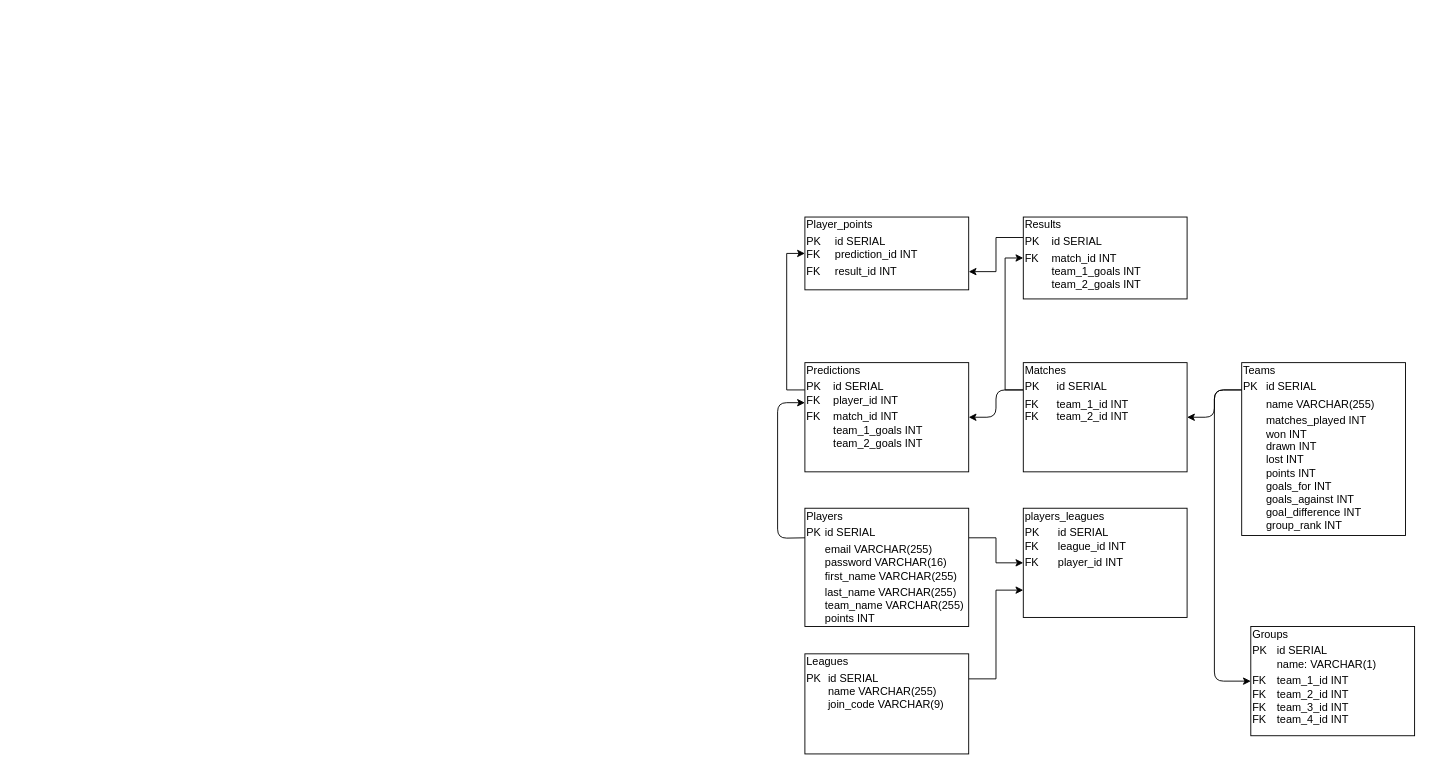
Before: planning/db_diagram.drawio in Stanhoucke/euros_predictor, a draw.io diagram. Source tidied: cells renumbered, new cells numbered last; positions are measured from the earlier drawing's top-left corner, leaving out a move shared by most shapes. Both pictures are drawn from the tidied source at 91%, with x=0, y=0 at pixel (777, 217).
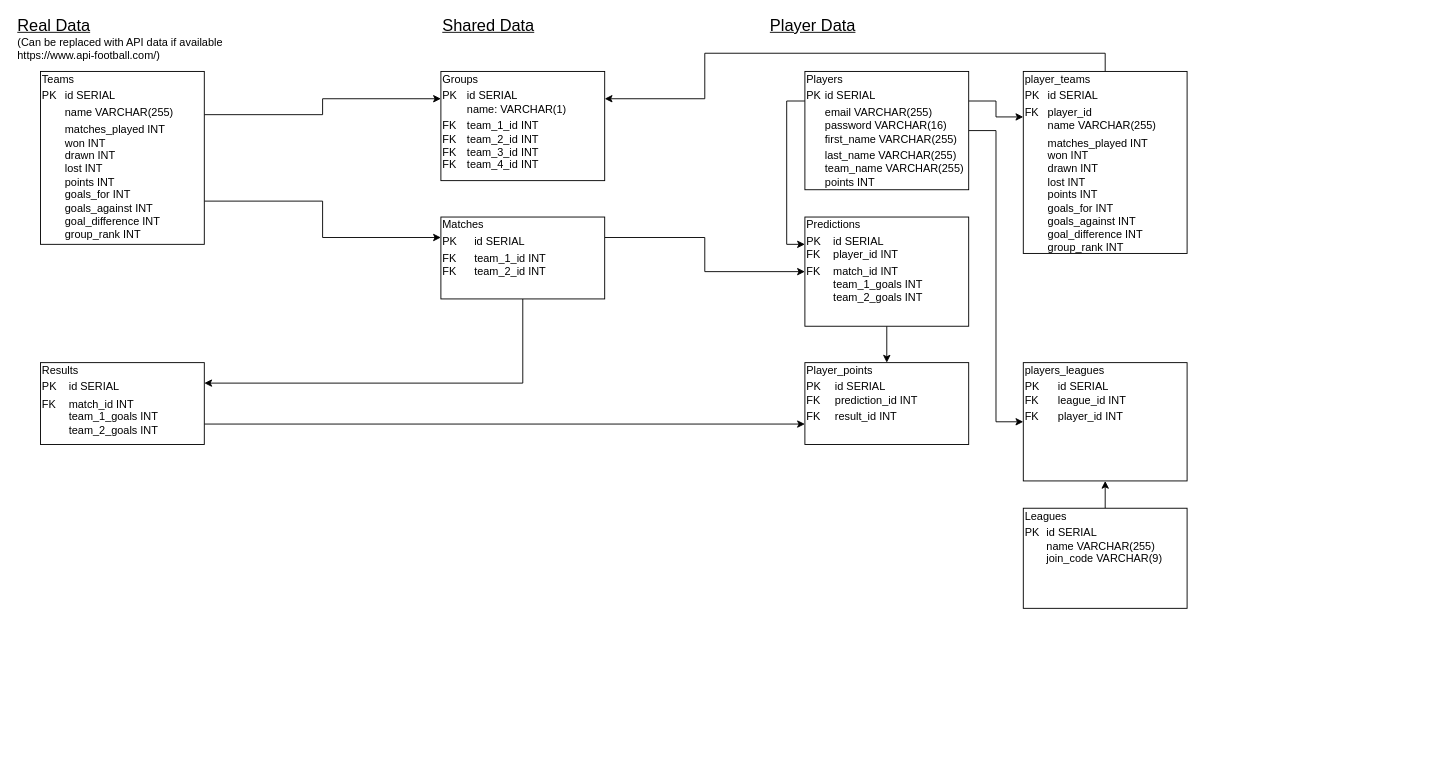
The same diagram, later.

Diff of the diagram source:
```diff
@@
-    <mxCell id="2" style="edgeStyle=orthogonalEdgeStyle;rounded=0;jettySize=auto;html=1;entryX=0;entryY=0.5;entryDx=0;entryDy=0;exitX=1;exitY=0.25;exitDx=0;exitDy=0;" parent="1" edge="1" source="3" target="16">
+    <mxCell id="2" style="edgeStyle=orthogonalEdgeStyle;rounded=0;jettySize=auto;html=1;entryX=0;entryY=0.5;entryDx=0;entryDy=0;exitX=1;exitY=0.5;exitDx=0;exitDy=0;" parent="1" edge="1" source="3" target="16">
       <mxGeometry relative="1" as="geometry" />
     </mxCell>
+    <mxCell id="12" style="edgeStyle=orthogonalEdgeStyle;rounded=0;jettySize=auto;html=1;exitX=0;exitY=0.25;exitDx=0;exitDy=0;entryX=0;entryY=0.25;entryDx=0;entryDy=0;" parent="1" edge="1" source="3" target="11">
+      <mxGeometry relative="1" as="geometry" />
+    </mxCell>
+    <mxCell id="20" style="edgeStyle=orthogonalEdgeStyle;rounded=0;jettySize=auto;html=1;exitX=1;exitY=0.25;exitDx=0;exitDy=0;entryX=0;entryY=0.25;entryDx=0;entryDy=0;fontSize=12;" parent="1" edge="1" source="3" target="28">
+      <mxGeometry relative="1" as="geometry" />
+    </mxCell>
     <mxCell id="3" value="&lt;div style=&quot;box-sizing: border-box ; width: 100% ; padding: 2px&quot;&gt;Players&lt;/div&gt;&lt;table style=&quot;width: 100% ; font-size: 1em&quot; cellpadding=&quot;2&quot; cellspacing=&quot;0&quot;&gt;&lt;tbody&gt;&lt;tr&gt;&lt;td&gt;PK&lt;/td&gt;&lt;td&gt;id SERIAL&lt;/td&gt;&lt;/tr&gt;&lt;tr&gt;&lt;td&gt;&lt;br&gt;&lt;/td&gt;&lt;td&gt;email VARCHAR(255)&lt;br&gt;password VARCHAR(16)&lt;br&gt;first_name VARCHAR(255)&lt;/td&gt;&lt;/tr&gt;&lt;tr&gt;&lt;td&gt;&lt;/td&gt;&lt;td&gt;last_name VARCHAR(255)&lt;br&gt;team_name VARCHAR(255)&lt;br&gt;points INT&lt;/td&gt;&lt;/tr&gt;&lt;/tbody&gt;&lt;/table&gt;" style="verticalAlign=top;align=left;overflow=fill;html=1;labelBackgroundColor=none;" parent="1" vertex="1">
-      <mxGeometry x="30" y="320" width="180" height="130" as="geometry" />
+      <mxGeometry x="30" y="-160" width="180" height="130" as="geometry" />
     </mxCell>
+    <mxCell id="21" style="edgeStyle=orthogonalEdgeStyle;rounded=0;jettySize=auto;html=1;exitX=1;exitY=0.75;exitDx=0;exitDy=0;entryX=0;entryY=0.25;entryDx=0;entryDy=0;fontSize=18;" parent="1" edge="1" source="4" target="6">
+      <mxGeometry relative="1" as="geometry" />
+    </mxCell>
+    <mxCell id="22" style="edgeStyle=orthogonalEdgeStyle;rounded=0;jettySize=auto;html=1;exitX=1;exitY=0.25;exitDx=0;exitDy=0;entryX=0;entryY=0.25;entryDx=0;entryDy=0;fontSize=18;" parent="1" edge="1" source="4" target="8">
+      <mxGeometry relative="1" as="geometry">
+        <Array as="points">
+          <mxPoint x="-500" y="-112" />
+          <mxPoint x="-500" y="-130" />
+        </Array>
+      </mxGeometry>
+    </mxCell>
     <mxCell id="4" value="&lt;div style=&quot;box-sizing: border-box ; width: 100% ; padding: 2px&quot;&gt;Teams&lt;/div&gt;&lt;table style=&quot;width: 100% ; font-size: 1em&quot; cellpadding=&quot;2&quot; cellspacing=&quot;0&quot;&gt;&lt;tbody&gt;&lt;tr&gt;&lt;td&gt;PK&lt;/td&gt;&lt;td&gt;id SERIAL&lt;/td&gt;&lt;/tr&gt;&lt;tr&gt;&lt;td&gt;&lt;br&gt;&lt;/td&gt;&lt;td&gt;name VARCHAR(255)&lt;/td&gt;&lt;/tr&gt;&lt;tr&gt;&lt;td&gt;&lt;/td&gt;&lt;td&gt;matches_played INT&lt;br&gt;won INT&lt;br&gt;drawn INT&lt;br&gt;lost INT&lt;br&gt;points INT&lt;br&gt;goals_for INT&lt;br&gt;goals_against INT&lt;br&gt;goal_difference INT&lt;br&gt;group_rank INT&lt;br&gt;&lt;/td&gt;&lt;/tr&gt;&lt;/tbody&gt;&lt;/table&gt;" style="verticalAlign=top;align=left;overflow=fill;html=1;labelBackgroundColor=none;" parent="1" vertex="1">
-      <mxGeometry x="510" y="160" width="180" height="190" as="geometry" />
+      <mxGeometry x="-810" y="-160" width="180" height="190" as="geometry" />
     </mxCell>
-    <mxCell id="5" style="edgeStyle=orthogonalEdgeStyle;rounded=0;jettySize=auto;html=1;exitX=0;exitY=0.25;exitDx=0;exitDy=0;entryX=0;entryY=0.5;entryDx=0;entryDy=0;" parent="1" edge="1" source="6" target="18">
+    <mxCell id="5" style="edgeStyle=orthogonalEdgeStyle;rounded=0;jettySize=auto;html=1;exitX=0.5;exitY=1;exitDx=0;exitDy=0;entryX=1;entryY=0.25;entryDx=0;entryDy=0;" parent="1" edge="1" source="6" target="18">
       <mxGeometry relative="1" as="geometry" />
     </mxCell>
+    <mxCell id="13" style="edgeStyle=orthogonalEdgeStyle;rounded=0;jettySize=auto;html=1;exitX=1;exitY=0.25;exitDx=0;exitDy=0;entryX=0;entryY=0.5;entryDx=0;entryDy=0;fontSize=18;" parent="1" edge="1" source="6" target="11">
+      <mxGeometry relative="1" as="geometry" />
+    </mxCell>
     <mxCell id="6" value="&lt;div style=&quot;box-sizing: border-box ; width: 100% ; padding: 2px&quot;&gt;Matches&lt;/div&gt;&lt;table style=&quot;width: 100% ; font-size: 1em&quot; cellpadding=&quot;2&quot; cellspacing=&quot;0&quot;&gt;&lt;tbody&gt;&lt;tr&gt;&lt;td&gt;PK&lt;/td&gt;&lt;td&gt;id SERIAL&lt;/td&gt;&lt;/tr&gt;&lt;tr&gt;&lt;td&gt;FK&lt;br&gt;FK&lt;br&gt;&lt;br&gt;&lt;/td&gt;&lt;td&gt;team_1_id INT&lt;br&gt;team_2_id INT&lt;br&gt;&lt;br&gt;&lt;/td&gt;&lt;/tr&gt;&lt;/tbody&gt;&lt;/table&gt;" style="verticalAlign=top;align=left;overflow=fill;html=1;labelBackgroundColor=none;" parent="1" vertex="1">
-      <mxGeometry x="270" y="160" width="180" height="120" as="geometry" />
+      <mxGeometry x="-370" width="180" height="90" as="geometry" />
     </mxCell>
-    <mxCell id="7" style="endArrow=classic;html=1;entryX=1;entryY=0.5;entryDx=0;entryDy=0;" parent="1" edge="1" target="6">
-      <mxGeometry relative="1" as="geometry">
-        <mxPoint x="510" y="190" as="sourcePoint" />
-        <Array as="points">
-          <mxPoint x="480" y="190" />
-          <mxPoint x="480" y="220" />
-        </Array>
-      </mxGeometry>
-    </mxCell>
     <mxCell id="8" value="&lt;div style=&quot;box-sizing: border-box ; width: 100% ; padding: 2px&quot;&gt;Groups&lt;/div&gt;&lt;table style=&quot;width: 100% ; font-size: 1em&quot; cellpadding=&quot;2&quot; cellspacing=&quot;0&quot;&gt;&lt;tbody&gt;&lt;tr&gt;&lt;td&gt;PK&lt;br&gt;&lt;br&gt;&lt;/td&gt;&lt;td&gt;id SERIAL&lt;br&gt;name: VARCHAR(1)&lt;/td&gt;&lt;/tr&gt;&lt;tr&gt;&lt;td&gt;FK&lt;br&gt;FK&lt;br&gt;FK&lt;br&gt;FK&lt;br&gt;&lt;br&gt;&lt;/td&gt;&lt;td&gt;team_1_id INT&lt;br&gt;team_2_id INT&lt;br&gt;team_3_id INT&lt;br&gt;team_4_id INT&lt;br&gt;&lt;br&gt;&lt;/td&gt;&lt;/tr&gt;&lt;/tbody&gt;&lt;/table&gt;" style="verticalAlign=top;align=left;overflow=fill;html=1;labelBackgroundColor=none;" parent="1" vertex="1">
-      <mxGeometry x="520" y="450" width="180" height="120" as="geometry" />
+      <mxGeometry x="-370" y="-160" width="180" height="120" as="geometry" />
     </mxCell>
-    <mxCell id="9" style="endArrow=classic;html=1;entryX=0;entryY=0.5;entryDx=0;entryDy=0;" parent="1" edge="1" target="8">
-      <mxGeometry relative="1" as="geometry">
-        <mxPoint x="510" y="190" as="sourcePoint" />
-        <Array as="points">
-          <mxPoint x="480" y="190" />
-          <mxPoint x="480" y="510" />
-        </Array>
-      </mxGeometry>
-    </mxCell>
-    <mxCell id="10" style="edgeStyle=orthogonalEdgeStyle;rounded=0;jettySize=auto;html=1;exitX=0;exitY=0.25;exitDx=0;exitDy=0;entryX=0;entryY=0.5;entryDx=0;entryDy=0;" parent="1" edge="1" source="11" target="19">
+    <mxCell id="10" style="edgeStyle=orthogonalEdgeStyle;rounded=0;jettySize=auto;html=1;exitX=0.5;exitY=1;exitDx=0;exitDy=0;entryX=0.5;entryY=0;entryDx=0;entryDy=0;" parent="1" edge="1" source="11" target="19">
       <mxGeometry relative="1" as="geometry" />
     </mxCell>
     <mxCell id="11" value="&lt;div style=&quot;box-sizing: border-box ; width: 100% ; padding: 2px&quot;&gt;Predictions&lt;/div&gt;&lt;table style=&quot;width: 100% ; font-size: 1em&quot; cellpadding=&quot;2&quot; cellspacing=&quot;0&quot;&gt;&lt;tbody&gt;&lt;tr&gt;&lt;td&gt;PK&lt;br&gt;FK&lt;/td&gt;&lt;td&gt;id SERIAL&lt;br&gt;player_id INT&lt;/td&gt;&lt;/tr&gt;&lt;tr&gt;&lt;td&gt;FK&lt;br&gt;&lt;br&gt;&lt;br&gt;&lt;br&gt;&lt;/td&gt;&lt;td&gt;match_id INT&lt;br&gt;team_1_goals INT&lt;br&gt;team_2_goals INT&lt;br&gt;&lt;br&gt;&lt;/td&gt;&lt;/tr&gt;&lt;/tbody&gt;&lt;/table&gt;" style="verticalAlign=top;align=left;overflow=fill;html=1;labelBackgroundColor=none;" parent="1" vertex="1">
-      <mxGeometry x="30" y="160" width="180" height="120" as="geometry" />
+      <mxGeometry x="30" width="180" height="120" as="geometry" />
     </mxCell>
-    <mxCell id="12" style="endArrow=classic;html=1;entryX=0;entryY=0.367;entryDx=0;entryDy=0;exitX=0;exitY=0.25;exitDx=0;exitDy=0;entryPerimeter=0;" parent="1" edge="1" source="3" target="11">
-      <mxGeometry relative="1" as="geometry">
-        <Array as="points">
-          <mxPoint y="353" />
-          <mxPoint y="204" />
-        </Array>
-      </mxGeometry>
-    </mxCell>
-    <mxCell id="13" style="endArrow=classic;html=1;entryX=1;entryY=0.5;entryDx=0;entryDy=0;exitX=0;exitY=0.25;exitDx=0;exitDy=0;" parent="1" edge="1" source="6" target="11">
-      <mxGeometry relative="1" as="geometry">
-        <Array as="points">
-          <mxPoint x="240" y="190" />
-          <mxPoint x="240" y="220" />
-        </Array>
-      </mxGeometry>
-    </mxCell>
-    <mxCell id="14" style="edgeStyle=orthogonalEdgeStyle;rounded=0;jettySize=auto;html=1;entryX=0;entryY=0.75;entryDx=0;entryDy=0;exitX=1;exitY=0.25;exitDx=0;exitDy=0;" parent="1" edge="1" source="15" target="16">
+    <mxCell id="14" style="edgeStyle=orthogonalEdgeStyle;rounded=0;jettySize=auto;html=1;entryX=0.5;entryY=1;entryDx=0;entryDy=0;exitX=0.5;exitY=0;exitDx=0;exitDy=0;" parent="1" edge="1" source="15" target="16">
       <mxGeometry relative="1" as="geometry" />
     </mxCell>
     <mxCell id="15" value="&lt;div style=&quot;box-sizing: border-box ; width: 100% ; padding: 2px&quot;&gt;Leagues&lt;/div&gt;&lt;table style=&quot;width: 100% ; font-size: 1em&quot; cellpadding=&quot;2&quot; cellspacing=&quot;0&quot;&gt;&lt;tbody&gt;&lt;tr&gt;&lt;td&gt;PK&lt;br&gt;&lt;br&gt;&lt;br&gt;&lt;/td&gt;&lt;td&gt;id SERIAL&lt;br&gt;name VARCHAR(255)&lt;br&gt;join_code VARCHAR(9)&lt;/td&gt;&lt;/tr&gt;&lt;tr&gt;&lt;td&gt;&lt;/td&gt;&lt;td&gt;&lt;br&gt;&lt;br&gt;&lt;/td&gt;&lt;/tr&gt;&lt;/tbody&gt;&lt;/table&gt;" style="verticalAlign=top;align=left;overflow=fill;html=1;labelBackgroundColor=none;" parent="1" vertex="1">
-      <mxGeometry x="30" y="480" width="180" height="110" as="geometry" />
+      <mxGeometry x="270" y="320" width="180" height="110" as="geometry" />
     </mxCell>
     <mxCell id="16" value="&lt;div style=&quot;box-sizing: border-box ; width: 100% ; padding: 2px&quot;&gt;players_leagues&lt;/div&gt;&lt;table style=&quot;width: 100% ; font-size: 1em&quot; cellpadding=&quot;2&quot; cellspacing=&quot;0&quot;&gt;&lt;tbody&gt;&lt;tr&gt;&lt;td&gt;PK&lt;br&gt;FK&lt;/td&gt;&lt;td&gt;id SERIAL&lt;br&gt;league_id INT&lt;/td&gt;&lt;/tr&gt;&lt;tr&gt;&lt;td&gt;FK&lt;br&gt;&lt;/td&gt;&lt;td&gt;player_id INT&lt;br&gt;&lt;/td&gt;&lt;/tr&gt;&lt;/tbody&gt;&lt;/table&gt;" style="verticalAlign=top;align=left;overflow=fill;html=1;labelBackgroundColor=none;" parent="1" vertex="1">
-      <mxGeometry x="270" y="320" width="180" height="120" as="geometry" />
+      <mxGeometry x="270" y="160" width="180" height="130" as="geometry" />
     </mxCell>
-    <mxCell id="17" style="edgeStyle=orthogonalEdgeStyle;rounded=0;jettySize=auto;html=1;exitX=0;exitY=0.25;exitDx=0;exitDy=0;entryX=1;entryY=0.75;entryDx=0;entryDy=0;" parent="1" edge="1" source="18" target="19">
+    <mxCell id="17" style="edgeStyle=orthogonalEdgeStyle;rounded=0;jettySize=auto;html=1;exitX=1;exitY=0.75;exitDx=0;exitDy=0;entryX=0;entryY=0.75;entryDx=0;entryDy=0;fontSize=18;" parent="1" edge="1" source="18" target="19">
       <mxGeometry relative="1" as="geometry" />
     </mxCell>
     <mxCell id="18" value="&lt;div style=&quot;box-sizing: border-box ; width: 100% ; padding: 2px&quot;&gt;Results&lt;/div&gt;&lt;table style=&quot;width: 100% ; font-size: 1em&quot; cellpadding=&quot;2&quot; cellspacing=&quot;0&quot;&gt;&lt;tbody&gt;&lt;tr&gt;&lt;td&gt;PK&lt;br&gt;&lt;/td&gt;&lt;td&gt;id SERIAL&lt;br&gt;&lt;/td&gt;&lt;/tr&gt;&lt;tr&gt;&lt;td&gt;FK&lt;br&gt;&lt;br&gt;&lt;br&gt;&lt;br&gt;&lt;/td&gt;&lt;td&gt;match_id INT&lt;br&gt;team_1_goals INT&lt;br&gt;team_2_goals INT&lt;br&gt;&lt;br&gt;&lt;/td&gt;&lt;/tr&gt;&lt;/tbody&gt;&lt;/table&gt;" style="verticalAlign=top;align=left;overflow=fill;html=1;labelBackgroundColor=none;" parent="1" vertex="1">
-      <mxGeometry x="270" width="180" height="90" as="geometry" />
+      <mxGeometry x="-810" y="160" width="180" height="90" as="geometry" />
     </mxCell>
     <mxCell id="19" value="&lt;div style=&quot;box-sizing: border-box ; width: 100% ; padding: 2px&quot;&gt;Player_points&lt;/div&gt;&lt;table style=&quot;width: 100% ; font-size: 1em&quot; cellpadding=&quot;2&quot; cellspacing=&quot;0&quot;&gt;&lt;tbody&gt;&lt;tr&gt;&lt;td&gt;PK&lt;br&gt;FK&lt;/td&gt;&lt;td&gt;id SERIAL&lt;br&gt;prediction_id INT&lt;/td&gt;&lt;/tr&gt;&lt;tr&gt;&lt;td&gt;FK&lt;br&gt;&lt;br&gt;&lt;/td&gt;&lt;td&gt;result_id INT&lt;br&gt;&lt;br&gt;&lt;/td&gt;&lt;/tr&gt;&lt;/tbody&gt;&lt;/table&gt;" style="verticalAlign=top;align=left;overflow=fill;html=1;labelBackgroundColor=none;" parent="1" vertex="1">
-      <mxGeometry x="30" width="180" height="80" as="geometry" />
+      <mxGeometry x="30" y="160" width="180" height="90" as="geometry" />
     </mxCell>
+    <mxCell id="23" value="Real Data" style="text;html=1;strokeColor=none;fillColor=none;align=left;verticalAlign=middle;whiteSpace=wrap;rounded=0;fontSize=18;fontStyle=4;" parent="1" vertex="1">
+      <mxGeometry x="-837" y="-220" width="130" height="20" as="geometry" />
+    </mxCell>
+    <mxCell id="24" value="Player Data" style="text;html=1;strokeColor=none;fillColor=none;align=left;verticalAlign=middle;whiteSpace=wrap;rounded=0;fontSize=18;fontStyle=4;" parent="1" vertex="1">
+      <mxGeometry x="-10" y="-220" width="130" height="20" as="geometry" />
+    </mxCell>
+    <mxCell id="25" value="Shared Data" style="text;html=1;strokeColor=none;fillColor=none;align=left;verticalAlign=middle;whiteSpace=wrap;rounded=0;fontSize=18;fontStyle=4;" parent="1" vertex="1">
+      <mxGeometry x="-370" y="-220" width="130" height="20" as="geometry" />
+    </mxCell>
+    <mxCell id="26" value="(Can be replaced with API data if available https://www.api-football.com/)" style="text;html=1;strokeColor=none;fillColor=none;align=left;verticalAlign=middle;whiteSpace=wrap;rounded=0;fontSize=12;" parent="1" vertex="1">
+      <mxGeometry x="-837" y="-200" width="257" height="30" as="geometry" />
+    </mxCell>
+    <mxCell id="27" style="edgeStyle=orthogonalEdgeStyle;rounded=0;jettySize=auto;html=1;exitX=0.5;exitY=0;exitDx=0;exitDy=0;entryX=1;entryY=0.25;entryDx=0;entryDy=0;fontSize=12;" parent="1" edge="1" source="28" target="8">
+      <mxGeometry relative="1" as="geometry">
+        <Array as="points">
+          <mxPoint x="360" y="-180" />
+          <mxPoint x="-80" y="-180" />
+          <mxPoint x="-80" y="-130" />
+        </Array>
+      </mxGeometry>
+    </mxCell>
+    <mxCell id="28" value="&lt;div style=&quot;box-sizing: border-box ; width: 100% ; padding: 2px&quot;&gt;player_teams&lt;/div&gt;&lt;table style=&quot;width: 100% ; font-size: 1em&quot; cellpadding=&quot;2&quot; cellspacing=&quot;0&quot;&gt;&lt;tbody&gt;&lt;tr&gt;&lt;td&gt;PK&lt;/td&gt;&lt;td&gt;id SERIAL&lt;/td&gt;&lt;/tr&gt;&lt;tr&gt;&lt;td&gt;FK&lt;br&gt;&lt;br&gt;&lt;/td&gt;&lt;td&gt;player_id&lt;br&gt;name VARCHAR(255)&lt;/td&gt;&lt;/tr&gt;&lt;tr&gt;&lt;td&gt;&lt;/td&gt;&lt;td&gt;matches_played INT&lt;br&gt;won INT&lt;br&gt;drawn INT&lt;br&gt;lost INT&lt;br&gt;points INT&lt;br&gt;goals_for INT&lt;br&gt;goals_against INT&lt;br&gt;goal_difference INT&lt;br&gt;group_rank INT&lt;br&gt;&lt;/td&gt;&lt;/tr&gt;&lt;/tbody&gt;&lt;/table&gt;" style="verticalAlign=top;align=left;overflow=fill;html=1;labelBackgroundColor=none;" parent="1" vertex="1">
+      <mxGeometry x="270" y="-160" width="180" height="200" as="geometry" />
+    </mxCell>
```
